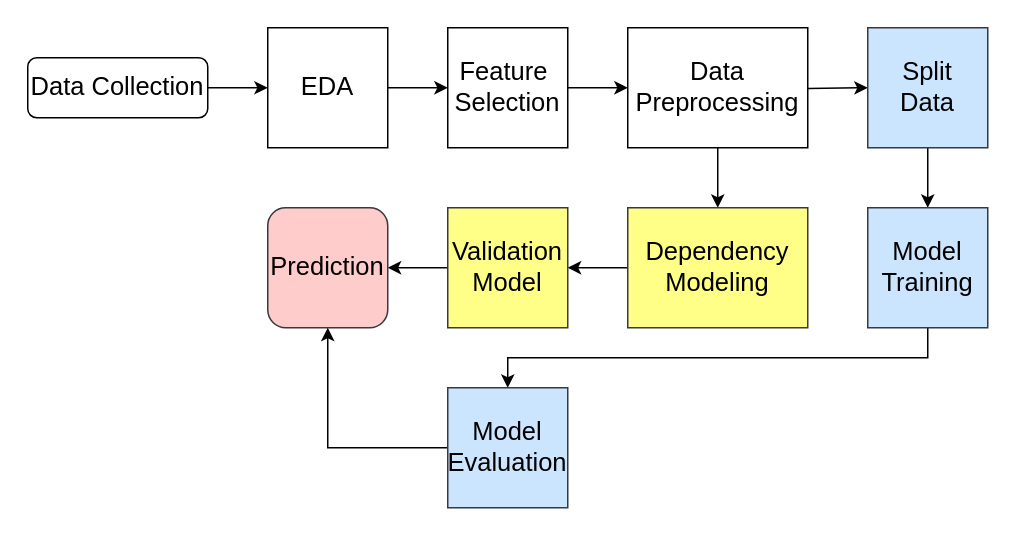
Above: coopulas_flow.drawio in heberallin/copulas (draw.io), before the change. Source tidied: cells renumbered, new cells numbered last; positions are measured from the earlier drawing's top-left corner, leaving out a move shared by most shapes. Both pictures are drawn from the tidied source at 150%, with x=0, y=0 at pixel (27, 27).
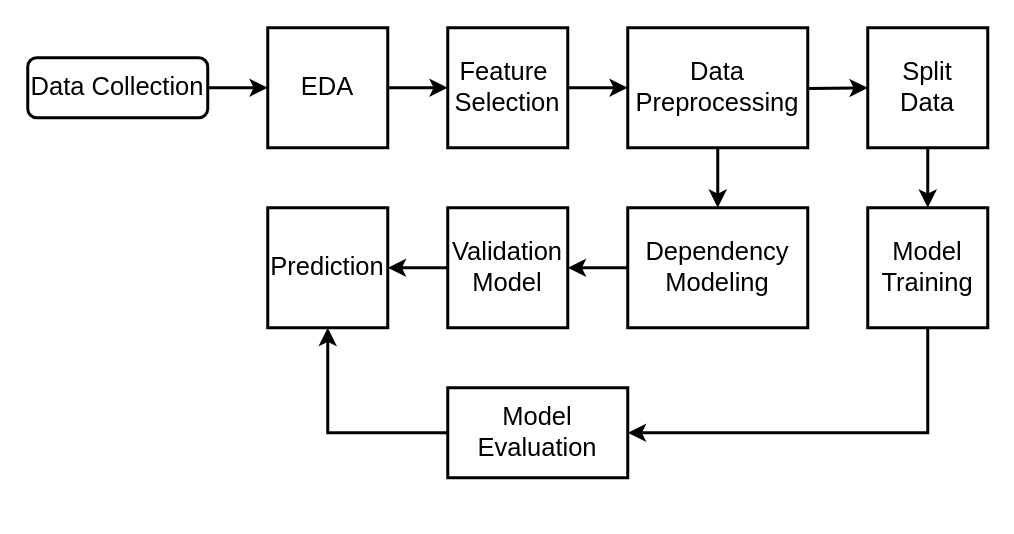
The same diagram, later.

What changed in the source:
```diff
@@
-    <mxCell id="2" style="edgeStyle=orthogonalEdgeStyle;rounded=0;jettySize=auto;html=1;exitX=1;exitY=0.5;exitDx=0;exitDy=0;entryX=0;entryY=0.5;entryDx=0;entryDy=0;fontSize=17;" parent="1" edge="1" source="3" target="5">
+    <mxCell id="2" style="edgeStyle=orthogonalEdgeStyle;rounded=0;jettySize=auto;html=1;exitX=1;exitY=0.5;exitDx=0;exitDy=0;entryX=0;entryY=0.5;entryDx=0;entryDy=0;fontSize=17;strokeWidth=2;shadow=0;" parent="1" edge="1" source="3" target="5">
       <mxGeometry relative="1" as="geometry" />
     </mxCell>
-    <mxCell id="3" value="&lt;font style=&quot;font-size: 17px;&quot;&gt;Data Collection&lt;/font&gt;" style="rounded=1;whiteSpace=wrap;html=1;fontSize=17;glass=0;strokeWidth=1;shadow=0;" parent="1" vertex="1">
+    <mxCell id="3" value="&lt;font style=&quot;font-size: 17px;&quot;&gt;Data Collection&lt;/font&gt;" style="rounded=1;whiteSpace=wrap;html=1;fontSize=17;glass=0;strokeWidth=2;shadow=0;" parent="1" vertex="1">
       <mxGeometry y="20" width="120" height="40" as="geometry" />
     </mxCell>
-    <mxCell id="4" style="edgeStyle=orthogonalEdgeStyle;rounded=0;jettySize=auto;html=1;exitX=1;exitY=0.5;exitDx=0;exitDy=0;entryX=0;entryY=0.5;entryDx=0;entryDy=0;fontSize=17;" parent="1" edge="1" source="5" target="8">
+    <mxCell id="4" style="edgeStyle=orthogonalEdgeStyle;rounded=0;jettySize=auto;html=1;exitX=1;exitY=0.5;exitDx=0;exitDy=0;entryX=0;entryY=0.5;entryDx=0;entryDy=0;fontSize=17;strokeWidth=2;shadow=0;" parent="1" edge="1" source="5" target="8">
       <mxGeometry relative="1" as="geometry" />
     </mxCell>
-    <mxCell id="5" style="whiteSpace=wrap;html=1;fontSize=17;" parent="1" vertex="1">
+    <mxCell id="5" style="whiteSpace=wrap;html=1;fontSize=17;strokeWidth=2;shadow=0;" parent="1" vertex="1">
       <mxGeometry x="160" width="80" height="80" as="geometry" />
     </mxCell>
-    <mxCell id="6" value="EDA" style="text;html=1;align=center;verticalAlign=middle;whiteSpace=wrap;rounded=0;fontSize=17;" parent="1" vertex="1">
+    <mxCell id="6" value="EDA" style="text;html=1;align=center;verticalAlign=middle;whiteSpace=wrap;rounded=0;fontSize=17;strokeWidth=2;shadow=0;" parent="1" vertex="1">
       <mxGeometry x="170" y="25" width="60" height="30" as="geometry" />
     </mxCell>
-    <mxCell id="7" style="edgeStyle=orthogonalEdgeStyle;rounded=0;jettySize=auto;html=1;exitX=1;exitY=0.5;exitDx=0;exitDy=0;entryX=0;entryY=0.5;entryDx=0;entryDy=0;fontSize=17;" parent="1" edge="1" source="8">
+    <mxCell id="7" style="edgeStyle=orthogonalEdgeStyle;rounded=0;jettySize=auto;html=1;exitX=1;exitY=0.5;exitDx=0;exitDy=0;entryX=0;entryY=0.5;entryDx=0;entryDy=0;fontSize=17;strokeWidth=2;shadow=0;" parent="1" edge="1" source="8">
       <mxGeometry relative="1" as="geometry">
         <mxPoint x="400" y="40" as="targetPoint" />
       </mxGeometry>
     </mxCell>
-    <mxCell id="8" style="whiteSpace=wrap;html=1;fontSize=17;" parent="1" vertex="1">
+    <mxCell id="8" style="whiteSpace=wrap;html=1;fontSize=17;strokeWidth=2;shadow=0;" parent="1" vertex="1">
       <mxGeometry x="280" width="80" height="80" as="geometry" />
     </mxCell>
-    <mxCell id="9" value="Feature&amp;nbsp;&lt;div style=&quot;font-size: 17px;&quot;&gt;Selection&lt;/div&gt;" style="text;html=1;align=center;verticalAlign=middle;whiteSpace=wrap;rounded=0;fontSize=17;" parent="1" vertex="1">
+    <mxCell id="9" value="Feature&amp;nbsp;&lt;div style=&quot;font-size: 17px;&quot;&gt;Selection&lt;/div&gt;" style="text;html=1;align=center;verticalAlign=middle;whiteSpace=wrap;rounded=0;fontSize=17;strokeWidth=2;shadow=0;" parent="1" vertex="1">
       <mxGeometry x="290" y="25" width="60" height="30" as="geometry" />
     </mxCell>
-    <mxCell id="10" style="edgeStyle=orthogonalEdgeStyle;rounded=0;jettySize=auto;html=1;exitX=1;exitY=0.5;exitDx=0;exitDy=0;entryX=0;entryY=0.5;entryDx=0;entryDy=0;fontSize=17;" parent="1" edge="1" target="17">
+    <mxCell id="10" style="edgeStyle=orthogonalEdgeStyle;rounded=0;jettySize=auto;html=1;exitX=1;exitY=0.5;exitDx=0;exitDy=0;entryX=0;entryY=0.5;entryDx=0;entryDy=0;fontSize=17;strokeWidth=2;shadow=0;" parent="1" edge="1" target="17">
       <mxGeometry relative="1" as="geometry">
         <mxPoint x="480" y="40" as="sourcePoint" />
       </mxGeometry>
     </mxCell>
-    <mxCell id="11" style="edgeStyle=orthogonalEdgeStyle;rounded=0;jettySize=auto;html=1;exitX=0;exitY=0.5;exitDx=0;exitDy=0;entryX=1;entryY=0.5;entryDx=0;entryDy=0;fontSize=17;" parent="1" edge="1" source="12" target="14">
+    <mxCell id="11" style="edgeStyle=orthogonalEdgeStyle;rounded=0;jettySize=auto;html=1;exitX=0;exitY=0.5;exitDx=0;exitDy=0;entryX=1;entryY=0.5;entryDx=0;entryDy=0;fontSize=17;strokeWidth=2;shadow=0;" parent="1" edge="1" source="12" target="14">
       <mxGeometry relative="1" as="geometry" />
     </mxCell>
-    <mxCell id="12" style="whiteSpace=wrap;html=1;fillColor=#ffff88;strokeColor=#36393d;fontSize=17;" parent="1" vertex="1">
+    <mxCell id="12" style="whiteSpace=wrap;html=1;fontSize=17;strokeWidth=2;shadow=0;" parent="1" vertex="1">
       <mxGeometry x="280" y="120" width="80" height="80" as="geometry" />
     </mxCell>
-    <mxCell id="13" value="Validation&lt;div style=&quot;font-size: 17px;&quot;&gt;Model&lt;/div&gt;" style="text;html=1;align=center;verticalAlign=middle;whiteSpace=wrap;rounded=0;fontSize=17;" parent="1" vertex="1">
+    <mxCell id="13" value="Validation&lt;div style=&quot;font-size: 17px;&quot;&gt;Model&lt;/div&gt;" style="text;html=1;align=center;verticalAlign=middle;whiteSpace=wrap;rounded=0;fontSize=17;strokeWidth=2;shadow=0;" parent="1" vertex="1">
       <mxGeometry x="290" y="145" width="60" height="30" as="geometry" />
     </mxCell>
-    <mxCell id="14" style="whiteSpace=wrap;html=1;fillColor=#ffcccc;strokeColor=#36393d;rounded=1;fontSize=17;" parent="1" vertex="1">
+    <mxCell id="14" style="whiteSpace=wrap;html=1;rounded=0;fontSize=17;strokeWidth=2;shadow=0;" parent="1" vertex="1">
       <mxGeometry x="160" y="120" width="80" height="80" as="geometry" />
     </mxCell>
-    <mxCell id="15" value="Prediction" style="text;html=1;align=center;verticalAlign=middle;whiteSpace=wrap;rounded=0;fontSize=17;" parent="1" vertex="1">
+    <mxCell id="15" value="Prediction" style="text;html=1;align=center;verticalAlign=middle;whiteSpace=wrap;rounded=0;fontSize=17;strokeWidth=2;shadow=0;" parent="1" vertex="1">
       <mxGeometry x="170" y="145" width="60" height="30" as="geometry" />
     </mxCell>
-    <mxCell id="16" style="edgeStyle=orthogonalEdgeStyle;rounded=0;jettySize=auto;html=1;exitX=0.5;exitY=1;exitDx=0;exitDy=0;entryX=0.5;entryY=0;entryDx=0;entryDy=0;fontSize=17;" parent="1" edge="1" source="17" target="20">
+    <mxCell id="16" style="edgeStyle=orthogonalEdgeStyle;rounded=0;jettySize=auto;html=1;exitX=0.5;exitY=1;exitDx=0;exitDy=0;entryX=0.5;entryY=0;entryDx=0;entryDy=0;fontSize=17;strokeWidth=2;shadow=0;" parent="1" edge="1" source="17" target="20">
       <mxGeometry relative="1" as="geometry" />
     </mxCell>
-    <mxCell id="17" style="whiteSpace=wrap;html=1;rounded=0;shadow=0;glass=0;fillColor=#cce5ff;strokeColor=#36393d;fontSize=17;" parent="1" vertex="1">
+    <mxCell id="17" style="whiteSpace=wrap;html=1;rounded=0;shadow=0;glass=0;fontSize=17;strokeWidth=2;" parent="1" vertex="1">
       <mxGeometry x="560" width="80" height="80" as="geometry" />
     </mxCell>
-    <mxCell id="18" value="Split&lt;div style=&quot;font-size: 17px;&quot;&gt;Data&lt;/div&gt;" style="text;html=1;align=center;verticalAlign=middle;whiteSpace=wrap;rounded=0;fontSize=17;" parent="1" vertex="1">
+    <mxCell id="18" value="Split&lt;div style=&quot;font-size: 17px;&quot;&gt;Data&lt;/div&gt;" style="text;html=1;align=center;verticalAlign=middle;whiteSpace=wrap;rounded=0;fontSize=17;strokeWidth=2;shadow=0;" parent="1" vertex="1">
       <mxGeometry x="570" y="25" width="60" height="30" as="geometry" />
     </mxCell>
-    <mxCell id="19" style="edgeStyle=orthogonalEdgeStyle;rounded=0;jettySize=auto;html=1;exitX=0.5;exitY=1;exitDx=0;exitDy=0;fontSize=17;" parent="1" edge="1" source="20" target="23">
-      <mxGeometry relative="1" as="geometry" />
-    </mxCell>
+    <mxCell id="29" style="edgeStyle=orthogonalEdgeStyle;rounded=0;jettySize=auto;html=1;exitX=0.5;exitY=1;exitDx=0;exitDy=0;entryX=1;entryY=0.5;entryDx=0;entryDy=0;strokeWidth=2;" parent="1" edge="1" source="20" target="24">
+      <mxGeometry relative="1" as="geometry" />
+    </mxCell>
-    <mxCell id="20" style="whiteSpace=wrap;html=1;rounded=0;shadow=0;glass=0;fillColor=#cce5ff;strokeColor=#36393d;fontSize=17;" parent="1" vertex="1">
+    <mxCell id="20" style="whiteSpace=wrap;html=1;rounded=0;shadow=0;glass=0;fontSize=17;strokeWidth=2;" parent="1" vertex="1">
       <mxGeometry x="560" y="120" width="80" height="80" as="geometry" />
     </mxCell>
-    <mxCell id="21" value="Model Training" style="text;html=1;align=center;verticalAlign=middle;whiteSpace=wrap;rounded=0;fontSize=17;" parent="1" vertex="1">
+    <mxCell id="21" value="Model Training" style="text;html=1;align=center;verticalAlign=middle;whiteSpace=wrap;rounded=0;fontSize=17;strokeWidth=2;shadow=0;" parent="1" vertex="1">
       <mxGeometry x="570" y="145" width="60" height="30" as="geometry" />
     </mxCell>
-    <mxCell id="22" style="edgeStyle=orthogonalEdgeStyle;rounded=0;jettySize=auto;html=1;exitX=0;exitY=0.5;exitDx=0;exitDy=0;entryX=0.5;entryY=1;entryDx=0;entryDy=0;fontSize=17;" parent="1" edge="1" source="23" target="14">
-      <mxGeometry relative="1" as="geometry" />
-    </mxCell>
-    <mxCell id="23" style="whiteSpace=wrap;html=1;rounded=0;shadow=0;glass=0;fillColor=#cce5ff;strokeColor=#36393d;fontSize=17;" parent="1" vertex="1">
-      <mxGeometry x="280" y="240" width="80" height="80" as="geometry" />
-    </mxCell>
-    <mxCell id="24" value="Model Evaluation" style="text;html=1;align=center;verticalAlign=middle;whiteSpace=wrap;rounded=0;fontSize=17;" parent="1" vertex="1">
-      <mxGeometry x="290" y="265" width="60" height="30" as="geometry" />
-    </mxCell>
-    <mxCell id="25" style="edgeStyle=orthogonalEdgeStyle;rounded=0;jettySize=auto;html=1;exitX=0.5;exitY=1;exitDx=0;exitDy=0;entryX=0.5;entryY=0;entryDx=0;entryDy=0;fontSize=17;" parent="1" edge="1" source="26" target="28">
+    <mxCell id="25" style="edgeStyle=orthogonalEdgeStyle;rounded=0;jettySize=auto;html=1;exitX=0.5;exitY=1;exitDx=0;exitDy=0;entryX=0.5;entryY=0;entryDx=0;entryDy=0;fontSize=17;strokeWidth=2;shadow=0;" parent="1" edge="1" source="26" target="28">
       <mxGeometry relative="1" as="geometry" />
     </mxCell>
-    <mxCell id="26" value="&lt;span style=&quot;font-size: 17px;&quot;&gt;Data Preprocessing&lt;/span&gt;" style="rounded=0;whiteSpace=wrap;html=1;fontSize=17;" parent="1" vertex="1">
+    <mxCell id="26" value="&lt;span style=&quot;font-size: 17px;&quot;&gt;Data Preprocessing&lt;/span&gt;" style="rounded=0;whiteSpace=wrap;html=1;fontSize=17;strokeWidth=2;shadow=0;" parent="1" vertex="1">
       <mxGeometry x="400" width="120" height="80" as="geometry" />
     </mxCell>
-    <mxCell id="27" style="edgeStyle=orthogonalEdgeStyle;rounded=0;jettySize=auto;html=1;exitX=0;exitY=0.5;exitDx=0;exitDy=0;entryX=1;entryY=0.5;entryDx=0;entryDy=0;fontSize=17;" parent="1" edge="1" source="28" target="12">
+    <mxCell id="27" style="edgeStyle=orthogonalEdgeStyle;rounded=0;jettySize=auto;html=1;exitX=0;exitY=0.5;exitDx=0;exitDy=0;entryX=1;entryY=0.5;entryDx=0;entryDy=0;fontSize=17;strokeWidth=2;shadow=0;" parent="1" edge="1" source="28" target="12">
       <mxGeometry relative="1" as="geometry" />
     </mxCell>
-    <mxCell id="28" value="&lt;span style=&quot;font-size: 17px;&quot;&gt;Dependency&lt;/span&gt;&lt;div style=&quot;font-size: 17px;&quot;&gt;Modeling&lt;/div&gt;" style="rounded=0;whiteSpace=wrap;html=1;fillColor=#ffff88;strokeColor=#36393d;fontSize=17;" parent="1" vertex="1">
+    <mxCell id="28" value="&lt;span style=&quot;font-size: 17px;&quot;&gt;Dependency&lt;/span&gt;&lt;div style=&quot;font-size: 17px;&quot;&gt;Modeling&lt;/div&gt;" style="rounded=0;whiteSpace=wrap;html=1;fontSize=17;strokeWidth=2;shadow=0;" parent="1" vertex="1">
       <mxGeometry x="400" y="120" width="120" height="80" as="geometry" />
     </mxCell>
+    <mxCell id="30" style="edgeStyle=orthogonalEdgeStyle;rounded=0;jettySize=auto;html=1;exitX=0;exitY=0.5;exitDx=0;exitDy=0;entryX=0.5;entryY=1;entryDx=0;entryDy=0;strokeWidth=2;" parent="1" edge="1" source="24" target="14">
+      <mxGeometry relative="1" as="geometry" />
+    </mxCell>
+    <mxCell id="24" value="&lt;span style=&quot;font-size: 17px;&quot;&gt;Model Evaluation&lt;/span&gt;" style="rounded=0;whiteSpace=wrap;html=1;strokeWidth=2;" parent="1" vertex="1">
+      <mxGeometry x="280" y="240" width="120" height="60" as="geometry" />
+    </mxCell>
```
